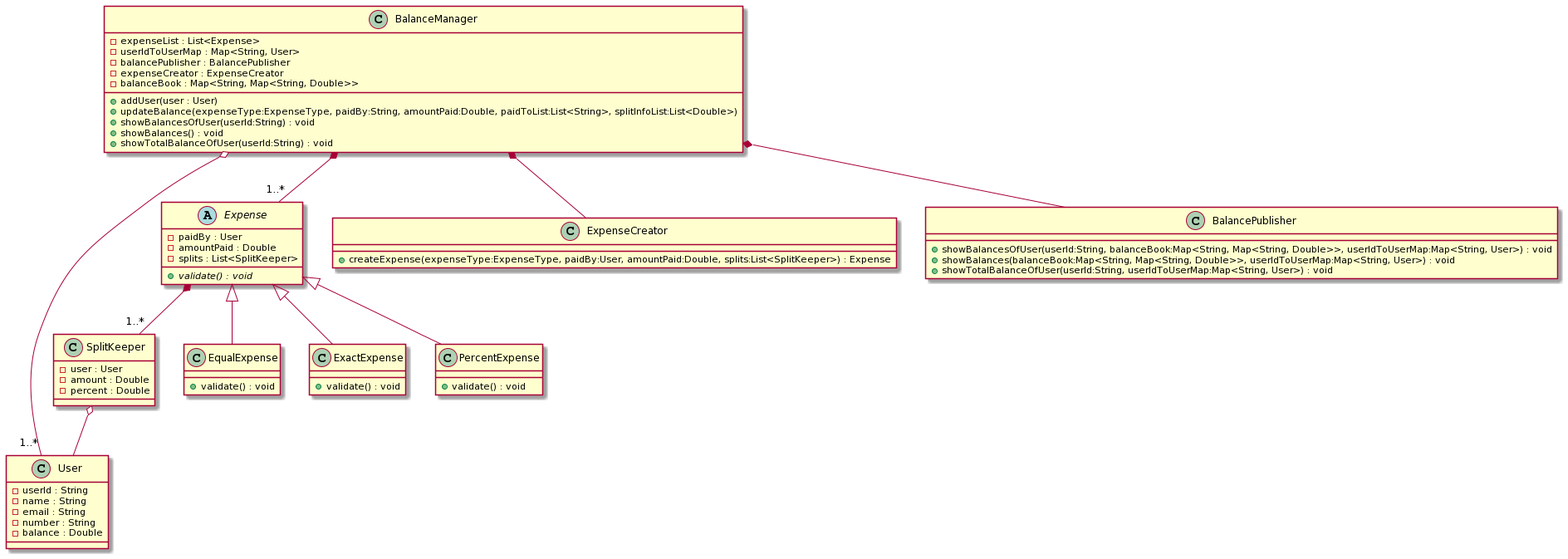
The PlantUML diagram SystemDesign/splitWise.png in Aditya121995/Practice, before a commit.
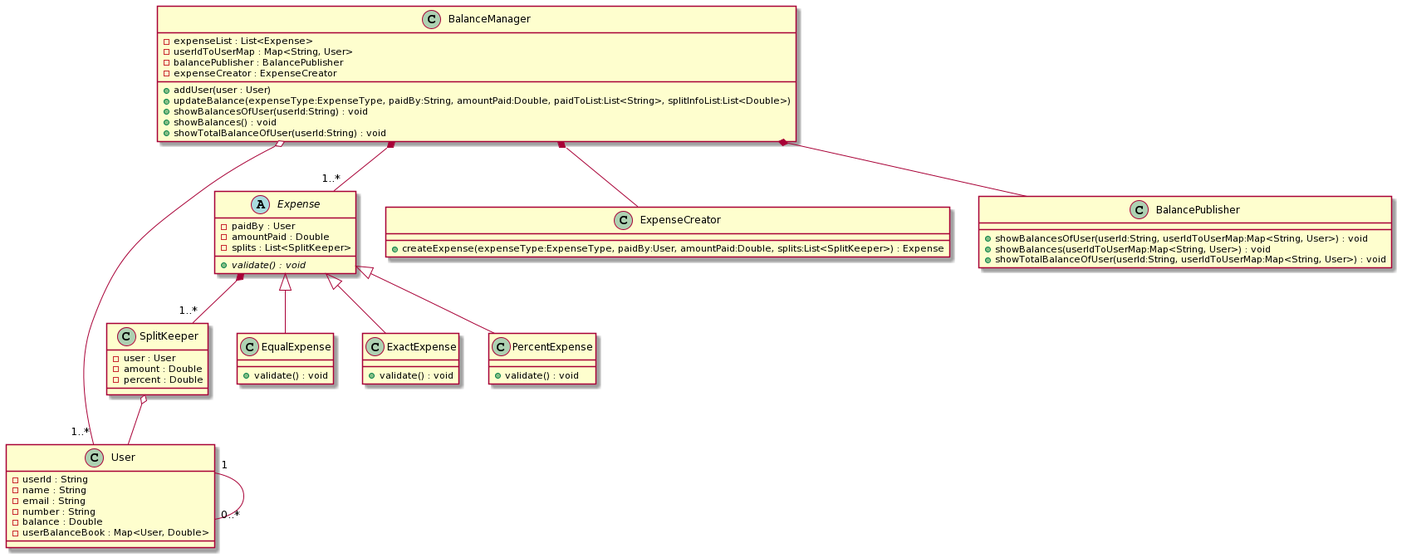
The same diagram one commit later.

Change to the diagram source:
```diff
@@ -5,6 +5,8 @@
   - email : String
   - number : String
   - balance : Double
+  - userBalanceBook : Map<User, Double>
+
 }
 
 class SplitKeeper {
@@ -41,7 +43,6 @@
   - userIdToUserMap : Map<String, User>
   - balancePublisher : BalancePublisher
   - expenseCreator : ExpenseCreator
-  - balanceBook : Map<String, Map<String, Double>>
   + addUser(user : User)
   + updateBalance(expenseType:ExpenseType, paidBy:String, amountPaid:Double, paidToList:List<String>, splitInfoList:List<Double>)
   + showBalancesOfUser(userId:String) : void
@@ -50,8 +51,8 @@
 }
 
 class BalancePublisher {
-  + showBalancesOfUser(userId:String, balanceBook:Map<String, Map<String, Double>>, userIdToUserMap:Map<String, User>) : void
-  + showBalances(balanceBook:Map<String, Map<String, Double>>, userIdToUserMap:Map<String, User>) : void
+  + showBalancesOfUser(userId:String, userIdToUserMap:Map<String, User>) : void
+  + showBalances(userIdToUserMap:Map<String, User>) : void
   + showTotalBalanceOfUser(userId:String, userIdToUserMap:Map<String, User>) : void
 }
 
@@ -64,4 +65,5 @@
 BalanceManager *-- ExpenseCreator
 BalanceManager *-- BalancePublisher
 Expense *--"1..*" SplitKeeper
+User "1"--"0..*" User
 @enduml
```
